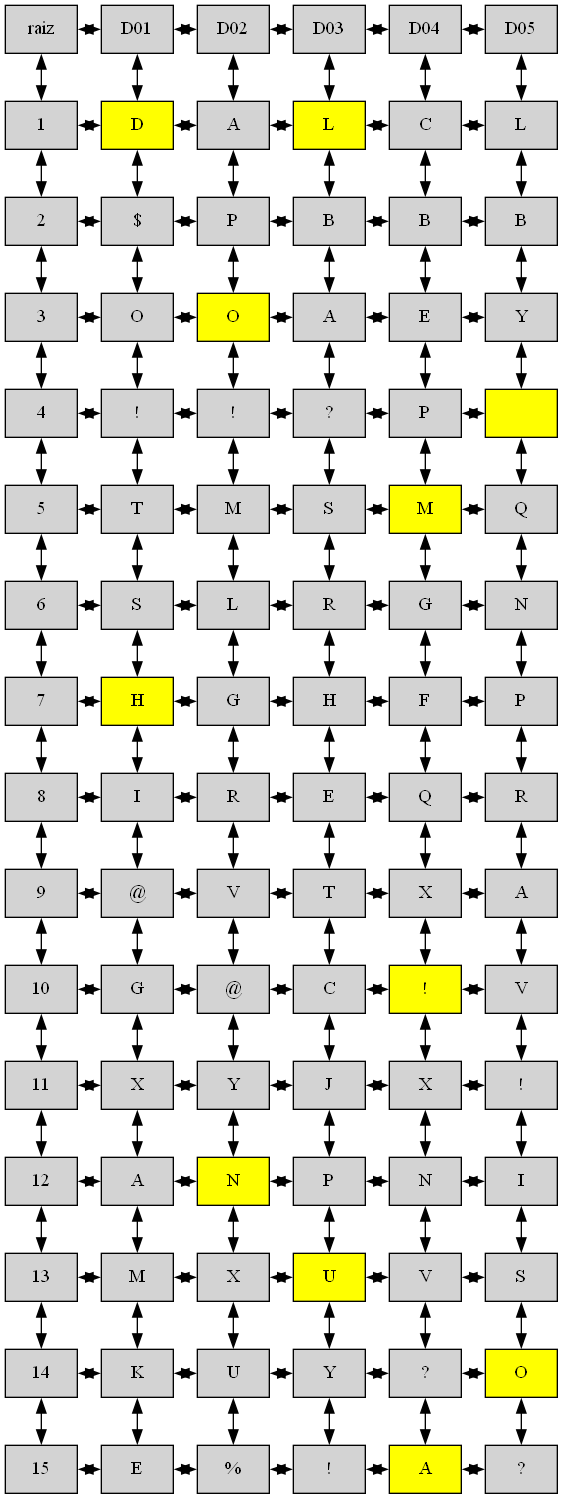
This is matriz.png from Juanj098/IPC2_PROYECTO2_201900532, a Graphviz export, as it was before one commit. Its source is kept beside it as matriz.dot.
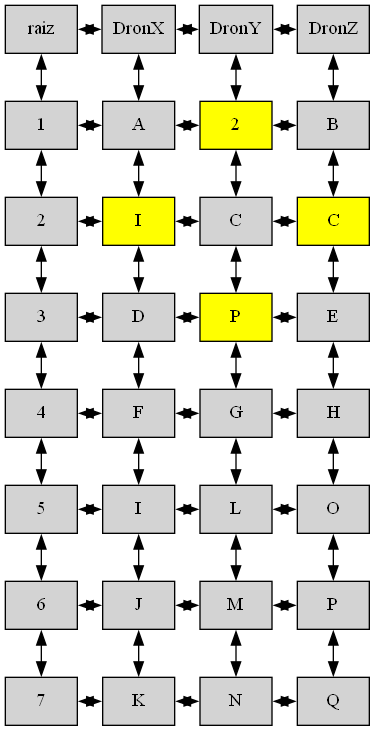
After the commit.

What changed in the source:
```diff
@@ -3,220 +3,82 @@
  rankdir = UD;
  {rank = min;
 nodo00[label="raiz", rankdir=LR, group="0"];
-nodo20[label="D01", rankdir=LR, group="2"];
-nodo30[label="D02", rankdir=LR, group="3"];
-nodo40[label="D03", rankdir=LR, group="4"];
-nodo50[label="D04", rankdir=LR, group="5"];
-nodo60[label="D05", rankdir=LR, group="6"];
+nodo40[label="DronX", rankdir=LR, group="4"];
+nodo50[label="DronY", rankdir=LR, group="5"];
+nodo60[label="DronZ", rankdir=LR, group="6"];
 }
 {rank=same;
 nodo00[label="raiz",group="0"];
-nodo20[label="D01",group="2"];
-nodo30[label="D02",group="3"];
-nodo40[label="D03",group="4"];
-nodo50[label="D04",group="5"];
-nodo60[label="D05",group="6"];
+nodo40[label="DronX",group="4"];
+nodo50[label="DronY",group="5"];
+nodo60[label="DronZ",group="6"];
 }
 {rank=same;
 nodo02[label="1",group="0"];
-nodo22[label="D",group="2",fillcolor="yellow"];
-nodo32[label="A",group="3"];
-nodo42[label="L",group="4",fillcolor="yellow"];
-nodo52[label="C",group="5"];
-nodo62[label="L",group="6"];
+nodo42[label="A",group="4"];
+nodo52[label="2",group="5",fillcolor="yellow"];
+nodo62[label="B",group="6"];
 }
 {rank=same;
 nodo03[label="2",group="0"];
-nodo23[label="$",group="2"];
-nodo33[label="P",group="3"];
-nodo43[label="B",group="4"];
-nodo53[label="B",group="5"];
-nodo63[label="B",group="6"];
+nodo43[label="I",group="4",fillcolor="yellow"];
+nodo53[label="C",group="5"];
+nodo63[label="C",group="6",fillcolor="yellow"];
 }
 {rank=same;
 nodo04[label="3",group="0"];
-nodo24[label="O",group="2"];
-nodo34[label="O",group="3",fillcolor="yellow"];
-nodo44[label="A",group="4"];
-nodo54[label="E",group="5"];
-nodo64[label="Y",group="6"];
+nodo44[label="D",group="4"];
+nodo54[label="P",group="5",fillcolor="yellow"];
+nodo64[label="E",group="6"];
 }
 {rank=same;
 nodo05[label="4",group="0"];
-nodo25[label="!",group="2"];
-nodo35[label="!",group="3"];
-nodo45[label="?",group="4"];
-nodo55[label="P",group="5"];
-nodo65[label=" ",group="6",fillcolor="yellow"];
+nodo45[label="F",group="4"];
+nodo55[label="G",group="5"];
+nodo65[label="H",group="6"];
 }
 {rank=same;
 nodo06[label="5",group="0"];
-nodo26[label="T",group="2"];
-nodo36[label="M",group="3"];
-nodo46[label="S",group="4"];
-nodo56[label="M",group="5",fillcolor="yellow"];
-nodo66[label="Q",group="6"];
+nodo46[label="I",group="4"];
+nodo56[label="L",group="5"];
+nodo66[label="O",group="6"];
 }
 {rank=same;
 nodo07[label="6",group="0"];
-nodo27[label="S",group="2"];
-nodo37[label="L",group="3"];
-nodo47[label="R",group="4"];
-nodo57[label="G",group="5"];
-nodo67[label="N",group="6"];
+nodo47[label="J",group="4"];
+nodo57[label="M",group="5"];
+nodo67[label="P",group="6"];
 }
 {rank=same;
 nodo08[label="7",group="0"];
-nodo28[label="H",group="2",fillcolor="yellow"];
-nodo38[label="G",group="3"];
-nodo48[label="H",group="4"];
-nodo58[label="F",group="5"];
-nodo68[label="P",group="6"];
+nodo48[label="K",group="4"];
+nodo58[label="N",group="5"];
+nodo68[label="Q",group="6"];
 }
-{rank=same;
-nodo09[label="8",group="0"];
-nodo29[label="I",group="2"];
-nodo39[label="R",group="3"];
-nodo49[label="E",group="4"];
-nodo59[label="Q",group="5"];
-nodo69[label="R",group="6"];
-}
-{rank=same;
-nodo010[label="9",group="0"];
-nodo210[label="@",group="2"];
-nodo310[label="V",group="3"];
-nodo410[label="T",group="4"];
-nodo510[label="X",group="5"];
-nodo610[label="A",group="6"];
-}
-{rank=same;
-nodo011[label="10",group="0"];
-nodo211[label="G",group="2"];
-nodo311[label="@",group="3"];
-nodo411[label="C",group="4"];
-nodo511[label="!",group="5",fillcolor="yellow"];
-nodo611[label="V",group="6"];
-}
-{rank=same;
-nodo012[label="11",group="0"];
-nodo212[label="X",group="2"];
-nodo312[label="Y",group="3"];
-nodo412[label="J",group="4"];
-nodo512[label="X",group="5"];
-nodo612[label="!",group="6"];
-}
-{rank=same;
-nodo013[label="12",group="0"];
-nodo213[label="A",group="2"];
-nodo313[label="N",group="3",fillcolor="yellow"];
-nodo413[label="P",group="4"];
-nodo513[label="N",group="5"];
-nodo613[label="I",group="6"];
-}
-{rank=same;
-nodo014[label="13",group="0"];
-nodo214[label="M",group="2"];
-nodo314[label="X",group="3"];
-nodo414[label="U",group="4",fillcolor="yellow"];
-nodo514[label="V",group="5"];
-nodo614[label="S",group="6"];
-}
-{rank=same;
-nodo015[label="14",group="0"];
-nodo215[label="K",group="2"];
-nodo315[label="U",group="3"];
-nodo415[label="Y",group="4"];
-nodo515[label="?",group="5"];
-nodo615[label="O",group="6",fillcolor="yellow"];
-}
-{rank=same;
-nodo016[label="15",group="0"];
-nodo216[label="E",group="2"];
-nodo316[label="%",group="3"];
-nodo416[label="!",group="4"];
-nodo516[label="A",group="5",fillcolor="yellow"];
-nodo616[label="?",group="6"];
-}
-nodo00 -> nodo20 [dir = both];
-nodo20 -> nodo30 [dir = both];
-nodo30 -> nodo40 [dir = both];
+nodo00 -> nodo40 [dir = both];
 nodo40 -> nodo50 [dir = both];
 nodo50 -> nodo60 [dir = both];
-nodo02 -> nodo22 [dir = both];
-nodo22 -> nodo32 [dir = both];
-nodo32 -> nodo42 [dir = both];
+nodo02 -> nodo42 [dir = both];
 nodo42 -> nodo52 [dir = both];
 nodo52 -> nodo62 [dir = both];
-nodo03 -> nodo23 [dir = both];
-nodo23 -> nodo33 [dir = both];
-nodo33 -> nodo43 [dir = both];
+nodo03 -> nodo43 [dir = both];
 nodo43 -> nodo53 [dir = both];
 nodo53 -> nodo63 [dir = both];
-nodo04 -> nodo24 [dir = both];
-nodo24 -> nodo34 [dir = both];
-nodo34 -> nodo44 [dir = both];
+nodo04 -> nodo44 [dir = both];
 nodo44 -> nodo54 [dir = both];
 nodo54 -> nodo64 [dir = both];
-nodo05 -> nodo25 [dir = both];
-nodo25 -> nodo35 [dir = both];
-nodo35 -> nodo45 [dir = both];
+nodo05 -> nodo45 [dir = both];
 nodo45 -> nodo55 [dir = both];
 nodo55 -> nodo65 [dir = both];
-nodo06 -> nodo26 [dir = both];
-nodo26 -> nodo36 [dir = both];
-nodo36 -> nodo46 [dir = both];
+nodo06 -> nodo46 [dir = both];
 nodo46 -> nodo56 [dir = both];
 nodo56 -> nodo66 [dir = both];
-nodo07 -> nodo27 [dir = both];
-nodo27 -> nodo37 [dir = both];
-nodo37 -> nodo47 [dir = both];
+nodo07 -> nodo47 [dir = both];
 nodo47 -> nodo57 [dir = both];
 nodo57 -> nodo67 [dir = both];
-nodo08 -> nodo28 [dir = both];
-nodo28 -> nodo38 [dir = both];
-nodo38 -> nodo48 [dir = both];
+nodo08 -> nodo48 [dir = both];
 nodo48 -> nodo58 [dir = both];
 nodo58 -> nodo68 [dir = both];
-nodo09 -> nodo29 [dir = both];
-nodo29 -> nodo39 [dir = both];
-nodo39 -> nodo49 [dir = both];
-nodo49 -> nodo59 [dir = both];
-nodo59 -> nodo69 [dir = both];
-nodo010 -> nodo210 [dir = both];
-nodo210 -> nodo310 [dir = both];
-nodo310 -> nodo410 [dir = both];
-nodo410 -> nodo510 [dir = both];
-nodo510 -> nodo610 [dir = both];
-nodo011 -> nodo211 [dir = both];
-nodo211 -> nodo311 [dir = both];
-nodo311 -> nodo411 [dir = both];
-nodo411 -> nodo511 [dir = both];
-nodo511 -> nodo611 [dir = both];
-nodo012 -> nodo212 [dir = both];
-nodo212 -> nodo312 [dir = both];
-nodo312 -> nodo412 [dir = both];
-nodo412 -> nodo512 [dir = both];
-nodo512 -> nodo612 [dir = both];
-nodo013 -> nodo213 [dir = both];
-nodo213 -> nodo313 [dir = both];
-nodo313 -> nodo413 [dir = both];
-nodo413 -> nodo513 [dir = both];
-nodo513 -> nodo613 [dir = both];
-nodo014 -> nodo214 [dir = both];
-nodo214 -> nodo314 [dir = both];
-nodo314 -> nodo414 [dir = both];
-nodo414 -> nodo514 [dir = both];
-nodo514 -> nodo614 [dir = both];
-nodo015 -> nodo215 [dir = both];
-nodo215 -> nodo315 [dir = both];
-nodo315 -> nodo415 [dir = both];
-nodo415 -> nodo515 [dir = both];
-nodo515 -> nodo615 [dir = both];
-nodo016 -> nodo216 [dir = both];
-nodo216 -> nodo316 [dir = both];
-nodo316 -> nodo416 [dir = both];
-nodo416 -> nodo516 [dir = both];
-nodo516 -> nodo616 [dir = both];
 nodo00 -> nodo02 [dir = both];
 nodo02 -> nodo03 [dir = both];
 nodo03 -> nodo04 [dir = both];
@@ -224,44 +86,6 @@
 nodo05 -> nodo06 [dir = both];
 nodo06 -> nodo07 [dir = both];
 nodo07 -> nodo08 [dir = both];
-nodo08 -> nodo09 [dir = both];
-nodo09 -> nodo010 [dir = both];
-nodo010 -> nodo011 [dir = both];
-nodo011 -> nodo012 [dir = both];
-nodo012 -> nodo013 [dir = both];
-nodo013 -> nodo014 [dir = both];
-nodo014 -> nodo015 [dir = both];
-nodo015 -> nodo016 [dir = both];
-nodo20 -> nodo22 [dir = both];
-nodo22 -> nodo23 [dir = both];
-nodo23 -> nodo24 [dir = both];
-nodo24 -> nodo25 [dir = both];
-nodo25 -> nodo26 [dir = both];
-nodo26 -> nodo27 [dir = both];
-nodo27 -> nodo28 [dir = both];
-nodo28 -> nodo29 [dir = both];
-nodo29 -> nodo210 [dir = both];
-nodo210 -> nodo211 [dir = both];
-nodo211 -> nodo212 [dir = both];
-nodo212 -> nodo213 [dir = both];
-nodo213 -> nodo214 [dir = both];
-nodo214 -> nodo215 [dir = both];
-nodo215 -> nodo216 [dir = both];
-nodo30 -> nodo32 [dir = both];
-nodo32 -> nodo33 [dir = both];
-nodo33 -> nodo34 [dir = both];
-nodo34 -> nodo35 [dir = both];
-nodo35 -> nodo36 [dir = both];
-nodo36 -> nodo37 [dir = both];
-nodo37 -> nodo38 [dir = both];
-nodo38 -> nodo39 [dir = both];
-nodo39 -> nodo310 [dir = both];
-nodo310 -> nodo311 [dir = both];
-nodo311 -> nodo312 [dir = both];
-nodo312 -> nodo313 [dir = both];
-nodo313 -> nodo314 [dir = both];
-nodo314 -> nodo315 [dir = both];
-nodo315 -> nodo316 [dir = both];
 nodo40 -> nodo42 [dir = both];
 nodo42 -> nodo43 [dir = both];
 nodo43 -> nodo44 [dir = both];
@@ -269,14 +93,6 @@
 nodo45 -> nodo46 [dir = both];
 nodo46 -> nodo47 [dir = both];
 nodo47 -> nodo48 [dir = both];
-nodo48 -> nodo49 [dir = both];
-nodo49 -> nodo410 [dir = both];
-nodo410 -> nodo411 [dir = both];
-nodo411 -> nodo412 [dir = both];
-nodo412 -> nodo413 [dir = both];
-nodo413 -> nodo414 [dir = both];
-nodo414 -> nodo415 [dir = both];
-nodo415 -> nodo416 [dir = both];
 nodo50 -> nodo52 [dir = both];
 nodo52 -> nodo53 [dir = both];
 nodo53 -> nodo54 [dir = both];
@@ -284,14 +100,6 @@
 nodo55 -> nodo56 [dir = both];
 nodo56 -> nodo57 [dir = both];
 nodo57 -> nodo58 [dir = both];
-nodo58 -> nodo59 [dir = both];
-nodo59 -> nodo510 [dir = both];
-nodo510 -> nodo511 [dir = both];
-nodo511 -> nodo512 [dir = both];
-nodo512 -> nodo513 [dir = both];
-nodo513 -> nodo514 [dir = both];
-nodo514 -> nodo515 [dir = both];
-nodo515 -> nodo516 [dir = both];
 nodo60 -> nodo62 [dir = both];
 nodo62 -> nodo63 [dir = both];
 nodo63 -> nodo64 [dir = both];
@@ -299,12 +107,4 @@
 nodo65 -> nodo66 [dir = both];
 nodo66 -> nodo67 [dir = both];
 nodo67 -> nodo68 [dir = both];
-nodo68 -> nodo69 [dir = both];
-nodo69 -> nodo610 [dir = both];
-nodo610 -> nodo611 [dir = both];
-nodo611 -> nodo612 [dir = both];
-nodo612 -> nodo613 [dir = both];
-nodo613 -> nodo614 [dir = both];
-nodo614 -> nodo615 [dir = both];
-nodo615 -> nodo616 [dir = both];
 }
```
